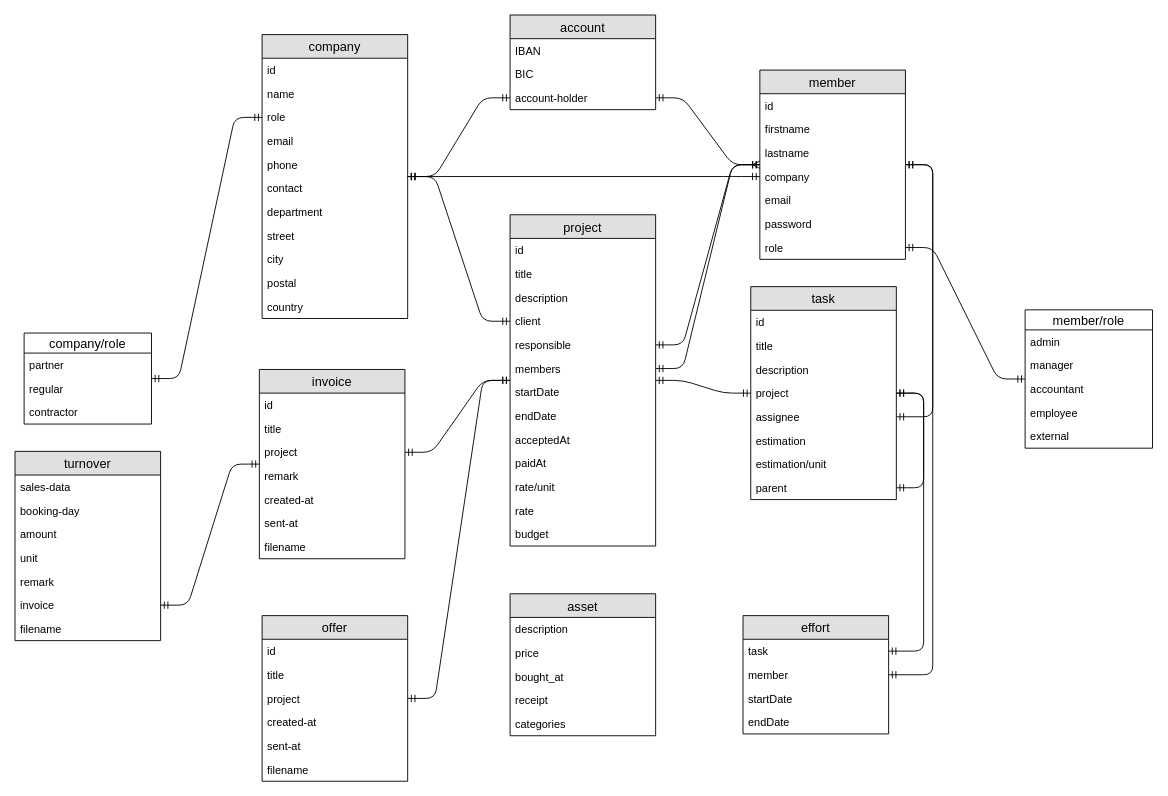
This is doc/data_model.drawio from kordano/takomo, a draw.io file, before an edit. Source tidied: cells renumbered, new cells numbered last; positions are measured from the earlier drawing's top-left corner, leaving out a move shared by most shapes. Both pictures are drawn from the tidied source at 91%, with x=0, y=0 at pixel (15, 15).
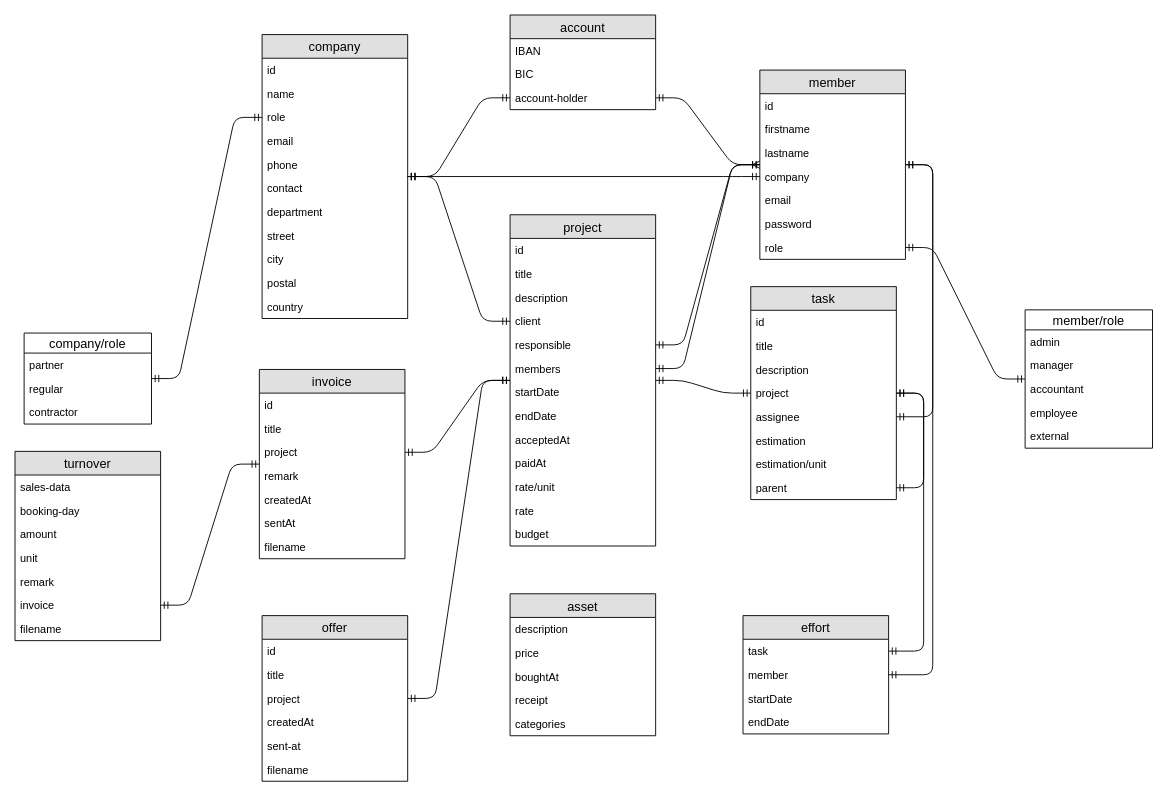
After the change.

The change refers to these unchanged cells:
```xml
<mxCell id="69" value="invoice" style="swimlane;fontStyle=0;horizontal=1;startSize=26;fillColor=#e0e0e0;swimlaneFillColor=#ffffff;align=center;fontSize=14;" parent="1" vertex="1">
  <mxGeometry x="268.5" y="389.5" width="160" height="208" as="geometry" />
</mxCell>
<mxCell id="77" value="offer" style="swimlane;fontStyle=0;horizontal=1;startSize=26;fillColor=#e0e0e0;swimlaneFillColor=#ffffff;align=center;fontSize=14;" parent="1" vertex="1">
  <mxGeometry x="271.5" y="660" width="160" height="182" as="geometry" />
</mxCell>
<mxCell id="103" value="asset" style="swimlane;fontStyle=0;horizontal=1;startSize=26;fillColor=#e0e0e0;swimlaneFillColor=#ffffff;align=center;fontSize=14;" parent="1" vertex="1">
  <mxGeometry x="544" y="636" width="160" height="156" as="geometry" />
</mxCell>
```

What changed in the source:
```diff
@@
-    <mxCell id="74" value="created-at" style="text;strokeColor=none;fillColor=none;spacingLeft=4;spacingRight=4;overflow=hidden;fontSize=12;" parent="69" vertex="1">
+    <mxCell id="74" value="createdAt" style="text;strokeColor=none;fillColor=none;spacingLeft=4;spacingRight=4;overflow=hidden;fontSize=12;" parent="69" vertex="1">
       <mxGeometry y="130" width="160" height="26" as="geometry" />
     </mxCell>
-    <mxCell id="75" value="sent-at" style="text;strokeColor=none;fillColor=none;spacingLeft=4;spacingRight=4;overflow=hidden;fontSize=12;" parent="69" vertex="1">
+    <mxCell id="75" value="sentAt" style="text;strokeColor=none;fillColor=none;spacingLeft=4;spacingRight=4;overflow=hidden;fontSize=12;" parent="69" vertex="1">
       <mxGeometry y="156" width="160" height="26" as="geometry" />
     </mxCell>
@@
-    <mxCell id="81" value="created-at" style="text;strokeColor=none;fillColor=none;spacingLeft=4;spacingRight=4;overflow=hidden;fontSize=12;" parent="77" vertex="1">
+    <mxCell id="81" value="createdAt" style="text;strokeColor=none;fillColor=none;spacingLeft=4;spacingRight=4;overflow=hidden;fontSize=12;" parent="77" vertex="1">
       <mxGeometry y="104" width="160" height="26" as="geometry" />
     </mxCell>
@@
-    <mxCell id="106" value="bought_at" style="text;strokeColor=none;fillColor=none;spacingLeft=4;spacingRight=4;overflow=hidden;fontSize=12;" parent="103" vertex="1">
+    <mxCell id="106" value="boughtAt" style="text;strokeColor=none;fillColor=none;spacingLeft=4;spacingRight=4;overflow=hidden;fontSize=12;" parent="103" vertex="1">
       <mxGeometry y="78" width="160" height="26" as="geometry" />
     </mxCell>
```
